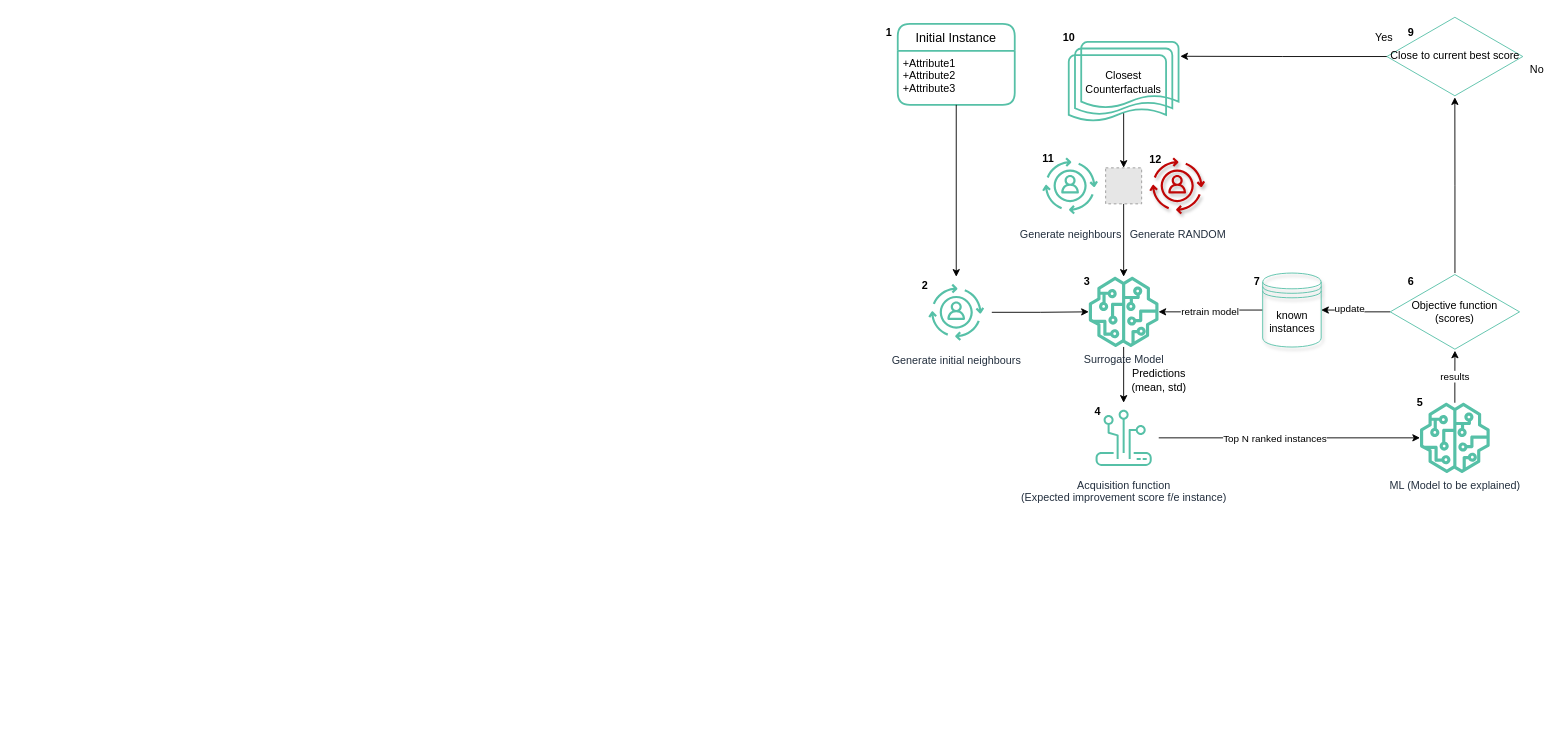
Earlier version of the draw.io diagram generator.drawio (piotromashov/baycon). Source tidied: cells renumbered, new cells numbered last; positions are measured from the earlier drawing's top-left corner, leaving out a move shared by most shapes. Both pictures are drawn from the tidied source at 90%, with x=0, y=0 at pixel (879, 15). Pictures stored in the file or linked from it are replaced by grey dashed boxes.
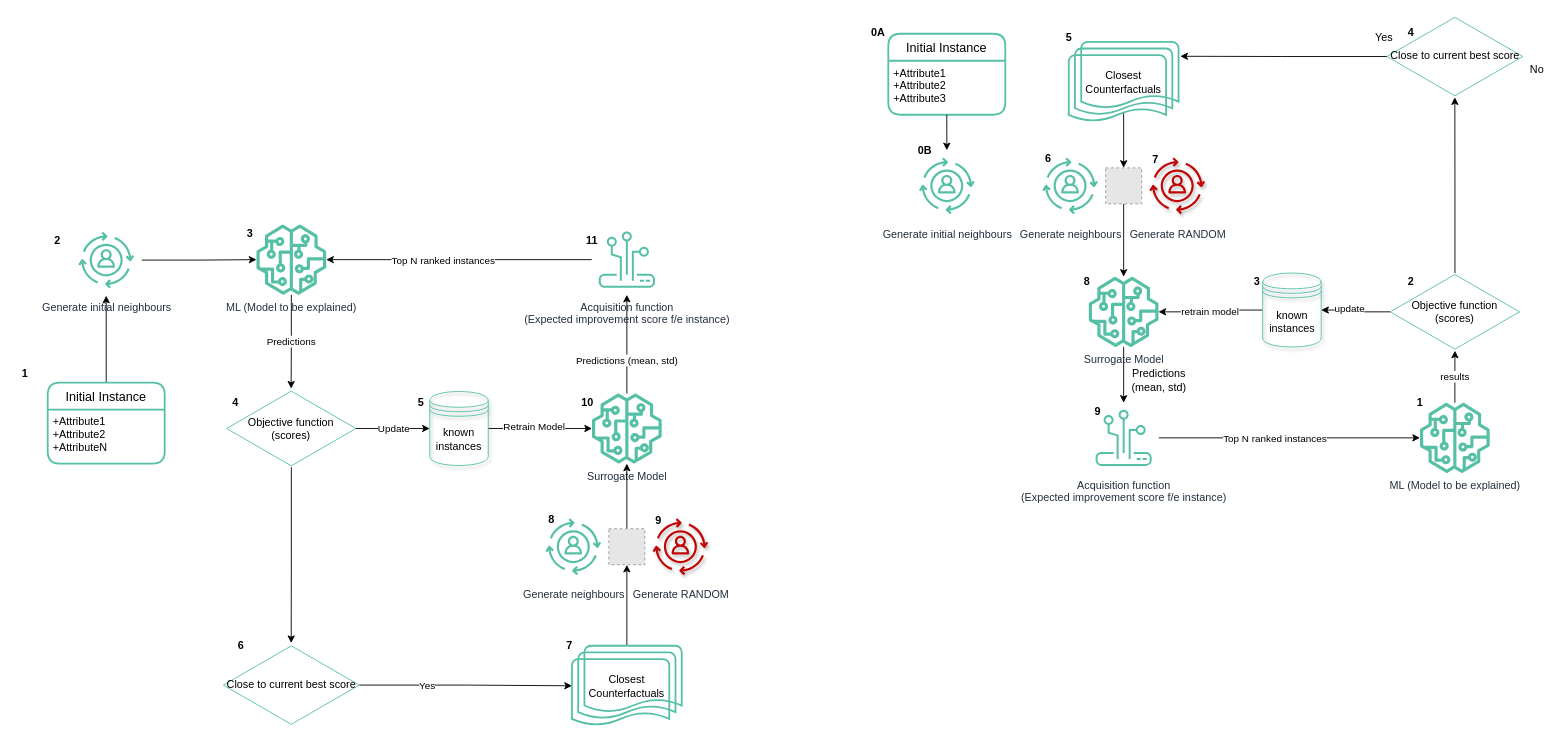
Above is the later version.

Unchanged cells that the change refers to:
```xml
<mxCell id="8" value="&lt;div&gt;Surrogate Model&lt;/div&gt;" style="sketch=0;outlineConnect=0;fontColor=#232F3E;gradientColor=none;fillColor=#56C0A7;strokeColor=none;dashed=0;verticalLabelPosition=bottom;verticalAlign=top;align=center;html=1;fontSize=12;fontStyle=0;shape=mxgraph.aws4.sagemaker_model;" parent="1" vertex="1">
  <mxGeometry x="232" y="290" width="78" height="78" as="geometry" />
</mxCell>
```

Change to the diagram source:
```diff
@@
     <mxCell id="3" value="Initial Instance" style="swimlane;horizontal=1;startSize=30;rounded=1;fontSize=14;fontStyle=0;strokeWidth=2;shadow=0;dashed=0;align=center;fillColor=none;strokeColor=#56C0A7;" parent="1" vertex="1">
-      <mxGeometry x="20" y="9" width="130" height="90" as="geometry" />
+      <mxGeometry x="9.5" y="20" width="130" height="90" as="geometry" />
     </mxCell>
@@
-    <mxCell id="24" style="edgeStyle=orthogonalEdgeStyle;rounded=0;jettySize=auto;html=1;exitX=1;exitY=0.5;exitDx=0;exitDy=0;exitPerimeter=0;" parent="1" edge="1" source="25" target="8">
-      <mxGeometry relative="1" as="geometry" />
-    </mxCell>
     <mxCell id="25" value="Generate initial neighbours" style="sketch=0;points=[[0,0,0],[0.25,0,0],[0.5,0,0],[0.75,0,0],[1,0,0],[0,1,0],[0.25,1,0],[0.5,1,0],[0.75,1,0],[1,1,0],[0,0.25,0],[0,0.5,0],[0,0.75,0],[1,0.25,0],[1,0.5,0],[1,0.75,0]];outlineConnect=0;fontColor=#232F3E;gradientColor=#4AB29A;gradientDirection=north;fillColor=none;strokeColor=#56C0A7;dashed=0;verticalLabelPosition=bottom;verticalAlign=top;align=center;html=1;fontSize=12;fontStyle=0;shape=mxgraph.aws4.resourceIcon;resIcon=mxgraph.aws4.personalize;shadow=0;" parent="1" vertex="1">
-      <mxGeometry x="45.5" y="290" width="79" height="79" as="geometry" />
+      <mxGeometry x="35" y="149.5" width="79" height="79" as="geometry" />
     </mxCell>
@@
-    <mxCell id="30" value="2" style="text;html=1;align=center;verticalAlign=middle;strokeColor=none;fillColor=none;fontStyle=1;" parent="1" vertex="1">
-      <mxGeometry x="40" y="290" width="20" height="20" as="geometry" />
+    <mxCell id="30" value="0B" style="text;html=1;align=center;verticalAlign=middle;strokeColor=none;fillColor=none;fontStyle=1;" parent="1" vertex="1">
+      <mxGeometry x="35" y="140" width="30" height="20" as="geometry" />
     </mxCell>
-    <mxCell id="31" value="1" style="text;html=1;align=center;verticalAlign=middle;strokeColor=none;fillColor=none;fontStyle=1;" parent="1" vertex="1">
-      <mxGeometry y="9" width="20" height="20" as="geometry" />
+    <mxCell id="31" value="0A" style="text;html=1;align=center;verticalAlign=middle;strokeColor=none;fillColor=none;fontStyle=1;" parent="1" vertex="1">
+      <mxGeometry x="-17.5" y="9" width="30" height="20" as="geometry" />
     </mxCell>
-    <mxCell id="32" value="3" style="text;html=1;align=center;verticalAlign=middle;strokeColor=none;fillColor=none;fontStyle=1;" parent="1" vertex="1">
+    <mxCell id="32" value="8" style="text;html=1;align=center;verticalAlign=middle;strokeColor=none;fillColor=none;fontStyle=1;" parent="1" vertex="1">
       <mxGeometry x="220" y="285.9" width="20" height="20" as="geometry" />
     </mxCell>
-    <mxCell id="33" value="4" style="text;html=1;align=center;verticalAlign=middle;strokeColor=none;fillColor=none;fontStyle=1;" parent="1" vertex="1">
+    <mxCell id="33" value="9" style="text;html=1;align=center;verticalAlign=middle;strokeColor=none;fillColor=none;fontStyle=1;" parent="1" vertex="1">
       <mxGeometry x="232" y="430" width="20" height="20" as="geometry" />
     </mxCell>
-    <mxCell id="34" value="&lt;div&gt;5&lt;/div&gt;" style="text;html=1;align=center;verticalAlign=middle;strokeColor=none;fillColor=none;fontStyle=1;" parent="1" vertex="1">
+    <mxCell id="34" value="1" style="text;html=1;align=center;verticalAlign=middle;strokeColor=none;fillColor=none;fontStyle=1;" parent="1" vertex="1">
       <mxGeometry x="590" y="420" width="20" height="20" as="geometry" />
     </mxCell>
-    <mxCell id="35" value="6" style="text;html=1;align=center;verticalAlign=middle;strokeColor=none;fillColor=none;fontStyle=1;" parent="1" vertex="1">
+    <mxCell id="35" value="2" style="text;html=1;align=center;verticalAlign=middle;strokeColor=none;fillColor=none;fontStyle=1;" parent="1" vertex="1">
       <mxGeometry x="580" y="285.9" width="20" height="20" as="geometry" />
     </mxCell>
-    <mxCell id="36" value="7" style="text;html=1;align=center;verticalAlign=middle;strokeColor=none;fillColor=none;fontStyle=1;" parent="1" vertex="1">
+    <mxCell id="36" value="3" style="text;html=1;align=center;verticalAlign=middle;strokeColor=none;fillColor=none;fontStyle=1;" parent="1" vertex="1">
       <mxGeometry x="409" y="285.9" width="20" height="20" as="geometry" />
     </mxCell>
-    <mxCell id="37" value="9" style="text;html=1;align=center;verticalAlign=middle;strokeColor=none;fillColor=none;fontStyle=1;" parent="1" vertex="1">
+    <mxCell id="37" value="4" style="text;html=1;align=center;verticalAlign=middle;strokeColor=none;fillColor=none;fontStyle=1;" parent="1" vertex="1">
       <mxGeometry x="580" y="9" width="20" height="20" as="geometry" />
     </mxCell>
-    <mxCell id="38" value="10" style="text;html=1;align=center;verticalAlign=middle;strokeColor=none;fillColor=none;fontStyle=1;" parent="1" vertex="1">
-      <mxGeometry x="195" y="14.5" width="30" height="20" as="geometry" />
+    <mxCell id="38" value="5" style="text;html=1;align=center;verticalAlign=middle;strokeColor=none;fillColor=none;fontStyle=1;" parent="1" vertex="1">
+      <mxGeometry x="200" y="14.5" width="20" height="20" as="geometry" />
     </mxCell>
-    <mxCell id="39" value="11" style="text;html=1;align=center;verticalAlign=middle;strokeColor=none;fillColor=none;fontStyle=1;" parent="1" vertex="1">
-      <mxGeometry x="172" y="149" width="30" height="20" as="geometry" />
+    <mxCell id="39" value="6" style="text;html=1;align=center;verticalAlign=middle;strokeColor=none;fillColor=none;fontStyle=1;" parent="1" vertex="1">
+      <mxGeometry x="177" y="149" width="20" height="20" as="geometry" />
     </mxCell>
-    <mxCell id="40" value="12" style="text;html=1;align=center;verticalAlign=middle;strokeColor=none;fillColor=none;fontStyle=1;" parent="1" vertex="1">
-      <mxGeometry x="291" y="149.5" width="30" height="20" as="geometry" />
+    <mxCell id="40" value="7" style="text;html=1;align=center;verticalAlign=middle;strokeColor=none;fillColor=none;fontStyle=1;" parent="1" vertex="1">
+      <mxGeometry x="296" y="149.5" width="20" height="20" as="geometry" />
     </mxCell>
@@
+    <mxCell id="43" value="Predictions" style="edgeStyle=orthogonalEdgeStyle;rounded=0;jettySize=auto;html=1;entryX=0.499;entryY=-0.014;entryDx=0;entryDy=0;entryPerimeter=0;" parent="1" edge="1" source="44" target="53">
+      <mxGeometry relative="1" as="geometry" />
+    </mxCell>
+    <mxCell id="44" value="ML (Model to be explained)" style="sketch=0;outlineConnect=0;fontColor=#232F3E;gradientColor=none;fillColor=#56C0A7;strokeColor=none;dashed=0;verticalLabelPosition=bottom;verticalAlign=top;align=center;html=1;fontSize=12;fontStyle=0;shape=mxgraph.aws4.sagemaker_model;" parent="1" vertex="1">
+      <mxGeometry x="-692.8" y="232" width="78" height="78" as="geometry" />
+    </mxCell>
+    <mxCell id="45" style="edgeStyle=orthogonalEdgeStyle;rounded=0;jettySize=auto;html=1;entryX=0.5;entryY=1;entryDx=0;entryDy=0;entryPerimeter=0;" parent="1" edge="1" source="46" target="49">
+      <mxGeometry relative="1" as="geometry" />
+    </mxCell>
+    <mxCell id="46" value="Initial Instance" style="swimlane;horizontal=1;startSize=30;rounded=1;fontSize=14;fontStyle=0;strokeWidth=2;shadow=0;dashed=0;align=center;fillColor=none;strokeColor=#56C0A7;" parent="1" vertex="1">
+      <mxGeometry x="-924.5" y="407.6" width="130" height="90" as="geometry" />
+    </mxCell>
+    <mxCell id="47" value="+Attribute1&#10;+Attribute2&#10;+AttributeN" style="align=left;strokeColor=none;fillColor=none;spacingLeft=4;fontSize=12;verticalAlign=top;" parent="46" vertex="1">
+      <mxGeometry y="30" width="130" height="60" as="geometry" />
+    </mxCell>
+    <mxCell id="48" style="edgeStyle=orthogonalEdgeStyle;rounded=0;jettySize=auto;html=1;" parent="1" edge="1" source="49" target="44">
+      <mxGeometry relative="1" as="geometry" />
+    </mxCell>
+    <mxCell id="49" value="Generate initial neighbours" style="sketch=0;points=[[0,0,0],[0.25,0,0],[0.5,0,0],[0.75,0,0],[1,0,0],[0,1,0],[0.25,1,0],[0.5,1,0],[0.75,1,0],[1,1,0],[0,0.25,0],[0,0.5,0],[0,0.75,0],[1,0.25,0],[1,0.5,0],[1,0.75,0]];outlineConnect=0;fontColor=#232F3E;gradientColor=#4AB29A;gradientDirection=north;fillColor=none;strokeColor=#56C0A7;dashed=0;verticalLabelPosition=bottom;verticalAlign=top;align=center;html=1;fontSize=12;fontStyle=0;shape=mxgraph.aws4.resourceIcon;resIcon=mxgraph.aws4.personalize;shadow=0;" parent="1" vertex="1">
+      <mxGeometry x="-899" y="232" width="79" height="79" as="geometry" />
+    </mxCell>
+    <mxCell id="50" style="edgeStyle=orthogonalEdgeStyle;rounded=0;jettySize=auto;html=1;entryX=0.499;entryY=-0.015;entryDx=0;entryDy=0;entryPerimeter=0;" parent="1" edge="1" source="53" target="65">
+      <mxGeometry relative="1" as="geometry" />
+    </mxCell>
+    <mxCell id="51" style="edgeStyle=orthogonalEdgeStyle;rounded=0;jettySize=auto;html=1;entryX=0;entryY=0.5;entryDx=0;entryDy=0;" parent="1" edge="1" source="53" target="56">
+      <mxGeometry relative="1" as="geometry" />
+    </mxCell>
+    <mxCell id="52" value="Update" style="edgeLabel;html=1;align=center;verticalAlign=middle;" parent="51" vertex="1">
+      <mxGeometry x="0.01" relative="1" as="geometry" />
+    </mxCell>
+    <mxCell id="53" value="&lt;div&gt;Objective function&lt;/div&gt;&lt;div&gt;(scores)&lt;/div&gt;" style="html=1;whiteSpace=wrap;shape=isoRectangle;shadow=0;strokeColor=#56C0A7;fillColor=none;" parent="1" vertex="1">
+      <mxGeometry x="-725.7" y="415.5" width="143.7" height="86.2" as="geometry" />
+    </mxCell>
+    <mxCell id="54" style="edgeStyle=orthogonalEdgeStyle;rounded=0;jettySize=auto;html=1;" parent="1" edge="1" source="56" target="59">
+      <mxGeometry relative="1" as="geometry" />
+    </mxCell>
+    <mxCell id="55" value="Retrain Model" style="edgeLabel;html=1;align=center;verticalAlign=middle;" parent="54" vertex="1">
+      <mxGeometry x="-0.13" y="2" relative="1" as="geometry" />
+    </mxCell>
+    <mxCell id="56" value="known instances" style="shape=datastore;whiteSpace=wrap;html=1;shadow=1;strokeColor=#56C0A7;fillColor=none;" parent="1" vertex="1">
+      <mxGeometry x="-500" y="417.5" width="65" height="82.2" as="geometry" />
+    </mxCell>
+    <mxCell id="57" style="edgeStyle=orthogonalEdgeStyle;rounded=0;jettySize=auto;html=1;" parent="1" edge="1" source="59" target="62">
+      <mxGeometry relative="1" as="geometry" />
+    </mxCell>
+    <mxCell id="58" value="Predictions (mean, std)" style="edgeLabel;html=1;align=center;verticalAlign=middle;" parent="57" vertex="1">
+      <mxGeometry x="-0.32" y="1" relative="1" as="geometry" />
+    </mxCell>
+    <mxCell id="59" value="&lt;div&gt;Surrogate Model&lt;/div&gt;" style="sketch=0;outlineConnect=0;fontColor=#232F3E;gradientColor=none;fillColor=#56C0A7;strokeColor=none;dashed=0;verticalLabelPosition=bottom;verticalAlign=top;align=center;html=1;fontSize=12;fontStyle=0;shape=mxgraph.aws4.sagemaker_model;" parent="1" vertex="1">
+      <mxGeometry x="-320" y="419.6" width="78" height="78" as="geometry" />
+    </mxCell>
+    <mxCell id="60" style="edgeStyle=orthogonalEdgeStyle;rounded=0;jettySize=auto;html=1;" parent="1" edge="1" source="62" target="44">
+      <mxGeometry relative="1" as="geometry" />
+    </mxCell>
+    <mxCell id="61" value="Top N ranked instances" style="edgeLabel;html=1;align=center;verticalAlign=middle;" parent="60" vertex="1">
+      <mxGeometry x="0.13" y="5" relative="1" as="geometry">
+        <mxPoint x="1" y="-5" as="offset" />
+      </mxGeometry>
+    </mxCell>
+    <mxCell id="62" value="Acquisition function&lt;br&gt;(Expected improvement score f/e instance)" style="sketch=0;points=[[0,0,0],[0.25,0,0],[0.5,0,0],[0.75,0,0],[1,0,0],[0,1,0],[0.25,1,0],[0.5,1,0],[0.75,1,0],[1,1,0],[0,0.25,0],[0,0.5,0],[0,0.75,0],[1,0.25,0],[1,0.5,0],[1,0.75,0]];outlineConnect=0;fontColor=#232F3E;gradientColor=#4AB29A;gradientDirection=north;fillColor=none;strokeColor=#56C0A7;dashed=0;verticalLabelPosition=bottom;verticalAlign=top;align=center;html=1;fontSize=12;fontStyle=0;shape=mxgraph.aws4.resourceIcon;resIcon=mxgraph.aws4.panorama;shadow=0;" parent="1" vertex="1">
+      <mxGeometry x="-320" y="232" width="78" height="78" as="geometry" />
+    </mxCell>
+    <mxCell id="63" style="edgeStyle=orthogonalEdgeStyle;rounded=0;jettySize=auto;html=1;entryX=0;entryY=0.5;entryDx=0;entryDy=0;entryPerimeter=0;" parent="1" edge="1" source="65" target="67">
+      <mxGeometry relative="1" as="geometry" />
+    </mxCell>
+    <mxCell id="64" value="Yes" style="edgeLabel;html=1;align=center;verticalAlign=middle;" parent="63" vertex="1">
+      <mxGeometry x="-0.37" y="-1" relative="1" as="geometry" />
+    </mxCell>
+    <mxCell id="65" value="Close to current best score" style="html=1;whiteSpace=wrap;shape=isoRectangle;shadow=0;strokeColor=#56C0A7;fillColor=none;" parent="1" vertex="1">
+      <mxGeometry x="-729.3" y="698.4" width="151" height="90.6" as="geometry" />
+    </mxCell>
+    <mxCell id="66" style="edgeStyle=orthogonalEdgeStyle;rounded=0;jettySize=auto;html=1;entryX=0.5;entryY=1;entryDx=0;entryDy=0;" parent="1" edge="1" source="67" target="73">
+      <mxGeometry relative="1" as="geometry" />
+    </mxCell>
+    <mxCell id="67" value="Closest&lt;br&gt;Counterfactuals" style="strokeWidth=2;html=1;shape=mxgraph.flowchart.multi-document;whiteSpace=wrap;fillColor=none;strokeColor=#56C0A7;" parent="1" vertex="1">
+      <mxGeometry x="-342" y="700" width="122" height="89" as="geometry" />
+    </mxCell>
+    <mxCell id="68" value="Generate neighbours" style="sketch=0;fontColor=#232F3E;gradientColor=#4AB29A;gradientDirection=north;fillColor=none;strokeColor=#56C0A7;dashed=0;verticalLabelPosition=bottom;verticalAlign=top;align=center;html=1;fontSize=12;fontStyle=0;shape=mxgraph.aws4.resourceIcon;resIcon=mxgraph.aws4.personalize;shadow=0;" parent="1" vertex="1">
+      <mxGeometry x="-380" y="550.5" width="79" height="79" as="geometry" />
+    </mxCell>
+    <mxCell id="69" value="Generate RANDOM" style="sketch=0;fontColor=#232F3E;gradientColor=#4AB29A;gradientDirection=north;fillColor=none;strokeColor=#C00606;dashed=0;verticalLabelPosition=bottom;verticalAlign=top;align=center;html=1;fontSize=12;fontStyle=0;shape=mxgraph.aws4.resourceIcon;resIcon=mxgraph.aws4.personalize;shadow=1;" parent="1" vertex="1">
+      <mxGeometry x="-261" y="550.5" width="79" height="79" as="geometry" />
+    </mxCell>
+    <mxCell id="70" value="8" style="text;html=1;align=center;verticalAlign=middle;strokeColor=none;fillColor=none;fontStyle=1;" parent="1" vertex="1">
+      <mxGeometry x="-375" y="550" width="20" height="20" as="geometry" />
+    </mxCell>
+    <mxCell id="71" value="9" style="text;html=1;align=center;verticalAlign=middle;strokeColor=none;fillColor=none;fontStyle=1;" parent="1" vertex="1">
+      <mxGeometry x="-256" y="550.5" width="20" height="20" as="geometry" />
+    </mxCell>
+    <mxCell id="72" style="edgeStyle=orthogonalEdgeStyle;rounded=0;jettySize=auto;html=1;exitX=0.5;exitY=0;exitDx=0;exitDy=0;" parent="1" edge="1" source="73" target="59">
+      <mxGeometry relative="1" as="geometry" />
+    </mxCell>
+    <mxCell id="73" style="fillColor=#E6E6E6;strokeColor=#999999;dashed=1;html=1;verticalAlign=top;verticalLabelPosition=bottom;labelBackgroundColor=#ffffff;" parent="1" vertex="1">
+      <mxGeometry x="-301" y="570" width="40" height="40" as="geometry" />
+    </mxCell>
+    <mxCell id="74" value="2" style="text;html=1;align=center;verticalAlign=middle;strokeColor=none;fillColor=none;fontStyle=1;" parent="1" vertex="1">
+      <mxGeometry x="-924.5" y="240" width="20" height="20" as="geometry" />
+    </mxCell>
+    <mxCell id="75" value="1" style="text;html=1;align=center;verticalAlign=middle;strokeColor=none;fillColor=none;fontStyle=1;" parent="1" vertex="1">
+      <mxGeometry x="-960" y="387.6" width="20" height="20" as="geometry" />
+    </mxCell>
+    <mxCell id="76" value="3" style="text;html=1;align=center;verticalAlign=middle;strokeColor=none;fillColor=none;fontStyle=1;" parent="1" vertex="1">
+      <mxGeometry x="-710" y="232" width="20" height="20" as="geometry" />
+    </mxCell>
+    <mxCell id="77" value="&lt;div&gt;4&lt;/div&gt;" style="text;html=1;align=center;verticalAlign=middle;strokeColor=none;fillColor=none;fontStyle=1;" parent="1" vertex="1">
+      <mxGeometry x="-725.7" y="420" width="20" height="20" as="geometry" />
+    </mxCell>
+    <mxCell id="78" value="5" style="text;html=1;align=center;verticalAlign=middle;strokeColor=none;fillColor=none;fontStyle=1;" parent="1" vertex="1">
+      <mxGeometry x="-520" y="419.6" width="20" height="20" as="geometry" />
+    </mxCell>
+    <mxCell id="79" value="6" style="text;html=1;align=center;verticalAlign=middle;strokeColor=none;fillColor=none;fontStyle=1;" parent="1" vertex="1">
+      <mxGeometry x="-720" y="690" width="20" height="20" as="geometry" />
+    </mxCell>
+    <mxCell id="80" value="7" style="text;html=1;align=center;verticalAlign=middle;strokeColor=none;fillColor=none;fontStyle=1;" parent="1" vertex="1">
+      <mxGeometry x="-355" y="690" width="20" height="20" as="geometry" />
+    </mxCell>
+    <mxCell id="81" value="10" style="text;html=1;align=center;verticalAlign=middle;strokeColor=none;fillColor=none;fontStyle=1;" parent="1" vertex="1">
+      <mxGeometry x="-340" y="420" width="30" height="20" as="geometry" />
+    </mxCell>
+    <mxCell id="82" value="11" style="text;html=1;align=center;verticalAlign=middle;strokeColor=none;fillColor=none;fontStyle=1;" parent="1" vertex="1">
+      <mxGeometry x="-335" y="240" width="30" height="20" as="geometry" />
+    </mxCell>
```
